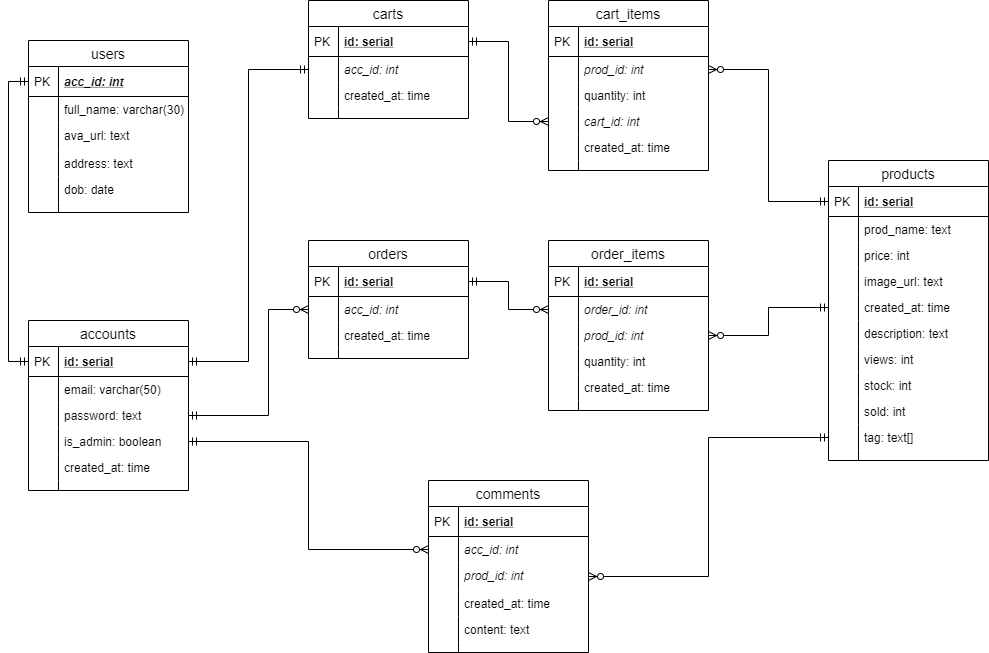
Before: fandom-store.png, a diagram exported from draw.io (thaian229/fandom-store). Source tidied: cells renumbered, new cells last; positions are measured from the earlier drawing's top-left corner, leaving out a move shared by most shapes.
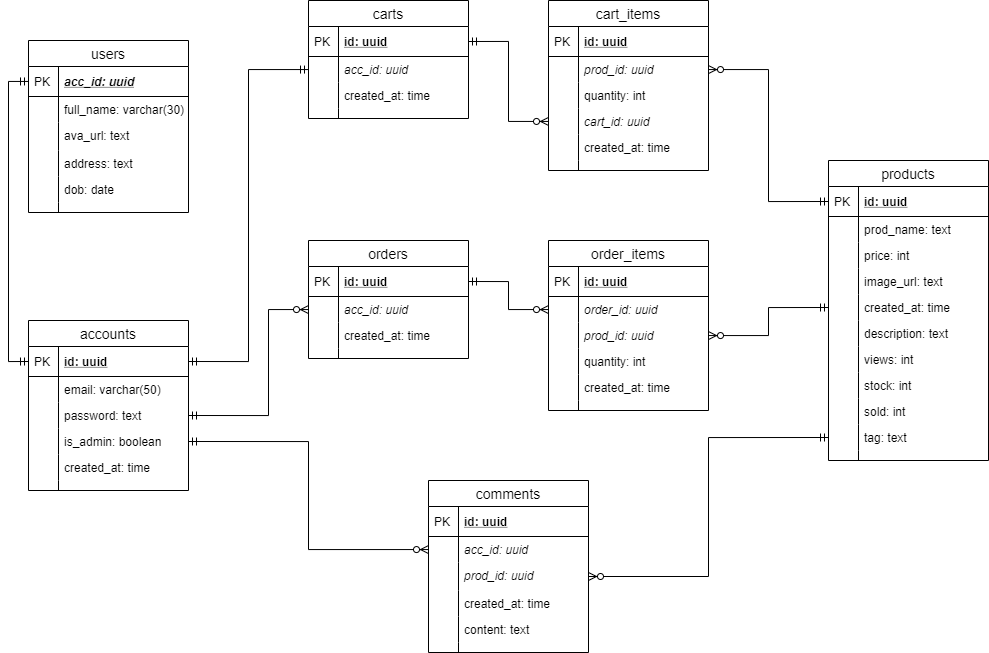
The same diagram one commit later.

Commit message:
Add db script, Update diagram

Change to the diagram source:
```diff
@@ -37,7 +37,7 @@
     <mxCell id="11" value="users" style="swimlane;fontStyle=0;horizontal=1;startSize=26;align=center;fontSize=14;" parent="1" vertex="1">
       <mxGeometry y="40" width="160" height="172" as="geometry" />
     </mxCell>
-    <mxCell id="12" value="acc_id: int" style="shape=partialRectangle;top=0;left=0;right=0;bottom=1;align=left;verticalAlign=middle;fillColor=none;spacingLeft=34;spacingRight=4;overflow=hidden;points=[[0,0.5],[1,0.5]];portConstraint=eastwest;fontStyle=7;fontSize=12;" parent="11" vertex="1">
+    <mxCell id="12" value="acc_id: uuid" style="shape=partialRectangle;top=0;left=0;right=0;bottom=1;align=left;verticalAlign=middle;fillColor=none;spacingLeft=34;spacingRight=4;overflow=hidden;points=[[0,0.5],[1,0.5]];portConstraint=eastwest;fontStyle=7;fontSize=12;" parent="11" vertex="1">
       <mxGeometry y="26" width="160" height="30" as="geometry" />
     </mxCell>
     <mxCell id="13" value="PK" style="shape=partialRectangle;top=0;left=0;bottom=0;fillColor=none;align=left;verticalAlign=middle;spacingLeft=4;spacingRight=4;overflow=hidden;fontSize=12;" parent="12" vertex="1">
@@ -76,13 +76,13 @@
     <mxCell id="24" value="orders" style="swimlane;fontStyle=0;horizontal=1;startSize=26;align=center;fontSize=14;" parent="1" vertex="1">
       <mxGeometry x="280" y="240" width="160" height="118" as="geometry" />
     </mxCell>
-    <mxCell id="25" value="id: serial" style="shape=partialRectangle;top=0;left=0;right=0;bottom=1;align=left;verticalAlign=middle;fillColor=none;spacingLeft=34;spacingRight=4;overflow=hidden;points=[[0,0.5],[1,0.5]];portConstraint=eastwest;fontStyle=5;fontSize=12;" parent="24" vertex="1">
+    <mxCell id="25" value="id: uuid" style="shape=partialRectangle;top=0;left=0;right=0;bottom=1;align=left;verticalAlign=middle;fillColor=none;spacingLeft=34;spacingRight=4;overflow=hidden;points=[[0,0.5],[1,0.5]];portConstraint=eastwest;fontStyle=5;fontSize=12;" parent="24" vertex="1">
       <mxGeometry y="26" width="160" height="30" as="geometry" />
     </mxCell>
     <mxCell id="26" value="PK" style="shape=partialRectangle;top=0;left=0;bottom=0;fillColor=none;align=left;verticalAlign=middle;spacingLeft=4;spacingRight=4;overflow=hidden;fontSize=12;" parent="25" vertex="1">
       <mxGeometry width="30" height="30" as="geometry" />
     </mxCell>
-    <mxCell id="27" value="acc_id: int" style="shape=partialRectangle;top=0;left=0;right=0;bottom=0;align=left;verticalAlign=top;fillColor=none;spacingLeft=34;spacingRight=4;overflow=hidden;points=[[0,0.5],[1,0.5]];portConstraint=eastwest;fontSize=12;fontStyle=2;" parent="24" vertex="1">
+    <mxCell id="27" value="acc_id: uuid" style="shape=partialRectangle;top=0;left=0;right=0;bottom=0;align=left;verticalAlign=top;fillColor=none;spacingLeft=34;spacingRight=4;overflow=hidden;points=[[0,0.5],[1,0.5]];portConstraint=eastwest;fontSize=12;fontStyle=2;" parent="24" vertex="1">
       <mxGeometry y="56" width="160" height="26" as="geometry" />
     </mxCell>
     <mxCell id="28" style="shape=partialRectangle;top=0;left=0;bottom=0;fillColor=none;align=left;verticalAlign=top;spacingLeft=4;spacingRight=4;overflow=hidden;fontSize=12;" parent="27" vertex="1">
@@ -103,13 +103,13 @@
     <mxCell id="33" value="carts" style="swimlane;fontStyle=0;horizontal=1;startSize=26;align=center;fontSize=14;" parent="1" vertex="1">
       <mxGeometry x="280" width="160" height="118" as="geometry" />
     </mxCell>
-    <mxCell id="34" value="id: serial" style="shape=partialRectangle;top=0;left=0;right=0;bottom=1;align=left;verticalAlign=middle;fillColor=none;spacingLeft=34;spacingRight=4;overflow=hidden;points=[[0,0.5],[1,0.5]];portConstraint=eastwest;fontStyle=5;fontSize=12;" parent="33" vertex="1">
+    <mxCell id="34" value="id: uuid" style="shape=partialRectangle;top=0;left=0;right=0;bottom=1;align=left;verticalAlign=middle;fillColor=none;spacingLeft=34;spacingRight=4;overflow=hidden;points=[[0,0.5],[1,0.5]];portConstraint=eastwest;fontStyle=5;fontSize=12;" parent="33" vertex="1">
       <mxGeometry y="26" width="160" height="30" as="geometry" />
     </mxCell>
     <mxCell id="35" value="PK" style="shape=partialRectangle;top=0;left=0;bottom=0;fillColor=none;align=left;verticalAlign=middle;spacingLeft=4;spacingRight=4;overflow=hidden;fontSize=12;" parent="34" vertex="1">
       <mxGeometry width="30" height="30" as="geometry" />
     </mxCell>
-    <mxCell id="36" value="acc_id: int" style="shape=partialRectangle;top=0;left=0;right=0;bottom=0;align=left;verticalAlign=top;fillColor=none;spacingLeft=34;spacingRight=4;overflow=hidden;points=[[0,0.5],[1,0.5]];portConstraint=eastwest;fontSize=12;fontStyle=2;" parent="33" vertex="1">
+    <mxCell id="36" value="acc_id: uuid" style="shape=partialRectangle;top=0;left=0;right=0;bottom=0;align=left;verticalAlign=top;fillColor=none;spacingLeft=34;spacingRight=4;overflow=hidden;points=[[0,0.5],[1,0.5]];portConstraint=eastwest;fontSize=12;fontStyle=2;" parent="33" vertex="1">
       <mxGeometry y="56" width="160" height="26" as="geometry" />
     </mxCell>
     <mxCell id="37" style="shape=partialRectangle;top=0;left=0;bottom=0;fillColor=none;align=left;verticalAlign=top;spacingLeft=4;spacingRight=4;overflow=hidden;fontSize=12;" parent="36" vertex="1">
@@ -130,7 +130,7 @@
     <mxCell id="42" value="accounts" style="swimlane;fontStyle=0;horizontal=1;startSize=26;align=center;fontSize=14;" parent="1" vertex="1">
       <mxGeometry y="320" width="160" height="170" as="geometry" />
     </mxCell>
-    <mxCell id="43" value="id: serial" style="shape=partialRectangle;top=0;left=0;right=0;bottom=1;align=left;verticalAlign=middle;fillColor=none;spacingLeft=34;spacingRight=4;overflow=hidden;points=[[0,0.5],[1,0.5]];portConstraint=eastwest;fontStyle=5;fontSize=12;" parent="42" vertex="1">
+    <mxCell id="43" value="id: uuid" style="shape=partialRectangle;top=0;left=0;right=0;bottom=1;align=left;verticalAlign=middle;fillColor=none;spacingLeft=34;spacingRight=4;overflow=hidden;points=[[0,0.5],[1,0.5]];portConstraint=eastwest;fontStyle=5;fontSize=12;" parent="42" vertex="1">
       <mxGeometry y="26" width="160" height="30" as="geometry" />
     </mxCell>
     <mxCell id="44" value="PK" style="shape=partialRectangle;top=0;left=0;bottom=0;fillColor=none;align=left;verticalAlign=middle;spacingLeft=4;spacingRight=4;overflow=hidden;fontSize=12;" parent="43" vertex="1">
@@ -169,13 +169,13 @@
     <mxCell id="55" value="cart_items" style="swimlane;fontStyle=0;horizontal=1;startSize=26;align=center;fontSize=14;" parent="1" vertex="1">
       <mxGeometry x="520" width="160" height="170" as="geometry" />
     </mxCell>
-    <mxCell id="56" value="id: serial" style="shape=partialRectangle;top=0;left=0;right=0;bottom=1;align=left;verticalAlign=middle;fillColor=none;spacingLeft=34;spacingRight=4;overflow=hidden;fontStyle=5;fontSize=12;" parent="55" vertex="1">
+    <mxCell id="56" value="id: uuid" style="shape=partialRectangle;top=0;left=0;right=0;bottom=1;align=left;verticalAlign=middle;fillColor=none;spacingLeft=34;spacingRight=4;overflow=hidden;fontStyle=5;fontSize=12;" parent="55" vertex="1">
       <mxGeometry y="26" width="160" height="30" as="geometry" />
     </mxCell>
     <mxCell id="57" value="PK" style="shape=partialRectangle;top=0;left=0;bottom=0;fillColor=none;align=left;verticalAlign=middle;spacingLeft=4;spacingRight=4;overflow=hidden;fontSize=12;" parent="56" vertex="1">
       <mxGeometry width="30" height="30" as="geometry" />
     </mxCell>
-    <mxCell id="58" value="prod_id: int" style="shape=partialRectangle;top=0;left=0;right=0;bottom=0;align=left;verticalAlign=top;fillColor=none;spacingLeft=34;spacingRight=4;overflow=hidden;points=[[0,0.5],[1,0.5]];portConstraint=eastwest;fontSize=12;fontStyle=2;" parent="55" vertex="1">
+    <mxCell id="58" value="prod_id: uuid" style="shape=partialRectangle;top=0;left=0;right=0;bottom=0;align=left;verticalAlign=top;fillColor=none;spacingLeft=34;spacingRight=4;overflow=hidden;points=[[0,0.5],[1,0.5]];portConstraint=eastwest;fontSize=12;fontStyle=2;" parent="55" vertex="1">
       <mxGeometry y="56" width="160" height="26" as="geometry" />
     </mxCell>
     <mxCell id="59" style="shape=partialRectangle;top=0;left=0;bottom=0;fillColor=none;align=left;verticalAlign=top;spacingLeft=4;spacingRight=4;overflow=hidden;fontSize=12;" parent="58" vertex="1">
@@ -187,7 +187,7 @@
     <mxCell id="61" style="shape=partialRectangle;top=0;left=0;bottom=0;fillColor=none;align=left;verticalAlign=top;spacingLeft=4;spacingRight=4;overflow=hidden;fontSize=12;" parent="60" vertex="1">
       <mxGeometry width="30" height="26" as="geometry" />
     </mxCell>
-    <mxCell id="62" value="cart_id: int" style="shape=partialRectangle;top=0;left=0;right=0;bottom=0;align=left;verticalAlign=top;fillColor=none;spacingLeft=34;spacingRight=4;overflow=hidden;points=[[0,0.5],[1,0.5]];portConstraint=eastwest;fontSize=12;fontStyle=2;" parent="55" vertex="1">
+    <mxCell id="62" value="cart_id: uuid" style="shape=partialRectangle;top=0;left=0;right=0;bottom=0;align=left;verticalAlign=top;fillColor=none;spacingLeft=34;spacingRight=4;overflow=hidden;points=[[0,0.5],[1,0.5]];portConstraint=eastwest;fontSize=12;fontStyle=2;" parent="55" vertex="1">
       <mxGeometry y="108" width="160" height="26" as="geometry" />
     </mxCell>
     <mxCell id="63" style="shape=partialRectangle;top=0;left=0;bottom=0;fillColor=none;align=left;verticalAlign=top;spacingLeft=4;spacingRight=4;overflow=hidden;fontSize=12;" parent="62" vertex="1">
@@ -208,7 +208,7 @@
     <mxCell id="68" value="products" style="swimlane;fontStyle=0;horizontal=1;startSize=26;align=center;fontSize=14;" parent="1" vertex="1">
       <mxGeometry x="800" y="160" width="160" height="300" as="geometry" />
     </mxCell>
-    <mxCell id="69" value="id: serial" style="shape=partialRectangle;top=0;left=0;right=0;bottom=1;align=left;verticalAlign=middle;fillColor=none;spacingLeft=34;spacingRight=4;overflow=hidden;points=[[0,0.5],[1,0.5]];portConstraint=eastwest;fontStyle=5;fontSize=12;" parent="68" vertex="1">
+    <mxCell id="69" value="id: uuid" style="shape=partialRectangle;top=0;left=0;right=0;bottom=1;align=left;verticalAlign=middle;fillColor=none;spacingLeft=34;spacingRight=4;overflow=hidden;points=[[0,0.5],[1,0.5]];portConstraint=eastwest;fontStyle=5;fontSize=12;" parent="68" vertex="1">
       <mxGeometry y="26" width="160" height="30" as="geometry" />
     </mxCell>
     <mxCell id="70" value="PK" style="shape=partialRectangle;top=0;left=0;bottom=0;fillColor=none;align=left;verticalAlign=middle;spacingLeft=4;spacingRight=4;overflow=hidden;fontSize=12;" parent="69" vertex="1">
@@ -262,7 +262,7 @@
     <mxCell id="86" style="shape=partialRectangle;top=0;left=0;bottom=0;fillColor=none;align=left;verticalAlign=top;spacingLeft=4;spacingRight=4;overflow=hidden;fontSize=12;" parent="85" vertex="1">
       <mxGeometry width="30" height="26" as="geometry" />
     </mxCell>
-    <mxCell id="87" value="tag: text[]" style="shape=partialRectangle;top=0;left=0;right=0;bottom=0;align=left;verticalAlign=top;fillColor=none;spacingLeft=34;spacingRight=4;overflow=hidden;points=[[0,0.5],[1,0.5]];portConstraint=eastwest;fontSize=12;" parent="68" vertex="1">
+    <mxCell id="87" value="tag: text" style="shape=partialRectangle;top=0;left=0;right=0;bottom=0;align=left;verticalAlign=top;fillColor=none;spacingLeft=34;spacingRight=4;overflow=hidden;points=[[0,0.5],[1,0.5]];portConstraint=eastwest;fontSize=12;" parent="68" vertex="1">
       <mxGeometry y="264" width="160" height="26" as="geometry" />
     </mxCell>
     <mxCell id="88" style="shape=partialRectangle;top=0;left=0;bottom=0;fillColor=none;align=left;verticalAlign=top;spacingLeft=4;spacingRight=4;overflow=hidden;fontSize=12;" parent="87" vertex="1">
@@ -277,19 +277,19 @@
     <mxCell id="91" value="order_items" style="swimlane;fontStyle=0;horizontal=1;startSize=26;align=center;fontSize=14;" parent="1" vertex="1">
       <mxGeometry x="520" y="240" width="160" height="170" as="geometry" />
     </mxCell>
-    <mxCell id="92" value="id: serial" style="shape=partialRectangle;top=0;left=0;right=0;bottom=1;align=left;verticalAlign=middle;fillColor=none;spacingLeft=34;spacingRight=4;overflow=hidden;fontStyle=5;fontSize=12;" parent="91" vertex="1">
+    <mxCell id="92" value="id: uuid" style="shape=partialRectangle;top=0;left=0;right=0;bottom=1;align=left;verticalAlign=middle;fillColor=none;spacingLeft=34;spacingRight=4;overflow=hidden;fontStyle=5;fontSize=12;" parent="91" vertex="1">
       <mxGeometry y="26" width="160" height="30" as="geometry" />
     </mxCell>
     <mxCell id="93" value="PK" style="shape=partialRectangle;top=0;left=0;bottom=0;fillColor=none;align=left;verticalAlign=middle;spacingLeft=4;spacingRight=4;overflow=hidden;fontSize=12;" parent="92" vertex="1">
       <mxGeometry width="30" height="30" as="geometry" />
     </mxCell>
-    <mxCell id="94" value="order_id: int" style="shape=partialRectangle;top=0;left=0;right=0;bottom=0;align=left;verticalAlign=top;fillColor=none;spacingLeft=34;spacingRight=4;overflow=hidden;points=[[0,0.5],[1,0.5]];portConstraint=eastwest;fontSize=12;fontStyle=2;" parent="91" vertex="1">
+    <mxCell id="94" value="order_id: uuid" style="shape=partialRectangle;top=0;left=0;right=0;bottom=0;align=left;verticalAlign=top;fillColor=none;spacingLeft=34;spacingRight=4;overflow=hidden;points=[[0,0.5],[1,0.5]];portConstraint=eastwest;fontSize=12;fontStyle=2;" parent="91" vertex="1">
       <mxGeometry y="56" width="160" height="26" as="geometry" />
     </mxCell>
     <mxCell id="95" style="shape=partialRectangle;top=0;left=0;bottom=0;fillColor=none;align=left;verticalAlign=top;spacingLeft=4;spacingRight=4;overflow=hidden;fontSize=12;" parent="94" vertex="1">
       <mxGeometry width="30" height="26" as="geometry" />
     </mxCell>
-    <mxCell id="96" value="prod_id: int" style="shape=partialRectangle;top=0;left=0;right=0;bottom=0;align=left;verticalAlign=top;fillColor=none;spacingLeft=34;spacingRight=4;overflow=hidden;points=[[0,0.5],[1,0.5]];portConstraint=eastwest;fontSize=12;fontStyle=2;" parent="91" vertex="1">
+    <mxCell id="96" value="prod_id: uuid" style="shape=partialRectangle;top=0;left=0;right=0;bottom=0;align=left;verticalAlign=top;fillColor=none;spacingLeft=34;spacingRight=4;overflow=hidden;points=[[0,0.5],[1,0.5]];portConstraint=eastwest;fontSize=12;fontStyle=2;" parent="91" vertex="1">
       <mxGeometry y="82" width="160" height="26" as="geometry" />
     </mxCell>
     <mxCell id="97" style="shape=partialRectangle;top=0;left=0;bottom=0;fillColor=none;align=left;verticalAlign=top;spacingLeft=4;spacingRight=4;overflow=hidden;fontSize=12;" parent="96" vertex="1">
@@ -316,19 +316,19 @@
     <mxCell id="104" value="comments" style="swimlane;fontStyle=0;horizontal=1;startSize=26;align=center;fontSize=14;" parent="1" vertex="1">
       <mxGeometry x="400" y="480" width="160" height="172" as="geometry" />
     </mxCell>
-    <mxCell id="105" value="id: serial" style="shape=partialRectangle;top=0;left=0;right=0;bottom=1;align=left;verticalAlign=middle;fillColor=none;spacingLeft=34;spacingRight=4;overflow=hidden;fontStyle=5;fontSize=12;" parent="104" vertex="1">
+    <mxCell id="105" value="id: uuid" style="shape=partialRectangle;top=0;left=0;right=0;bottom=1;align=left;verticalAlign=middle;fillColor=none;spacingLeft=34;spacingRight=4;overflow=hidden;fontStyle=5;fontSize=12;" parent="104" vertex="1">
       <mxGeometry y="26" width="160" height="30" as="geometry" />
     </mxCell>
     <mxCell id="106" value="PK" style="shape=partialRectangle;top=0;left=0;bottom=0;fillColor=none;align=left;verticalAlign=middle;spacingLeft=4;spacingRight=4;overflow=hidden;fontSize=12;" parent="105" vertex="1">
       <mxGeometry width="30" height="30" as="geometry" />
     </mxCell>
-    <mxCell id="107" value="acc_id: int" style="shape=partialRectangle;top=0;left=0;right=0;bottom=0;align=left;verticalAlign=top;fillColor=none;spacingLeft=34;spacingRight=4;overflow=hidden;points=[[0,0.5],[1,0.5]];portConstraint=eastwest;fontSize=12;fontStyle=2;" parent="104" vertex="1">
+    <mxCell id="107" value="acc_id: uuid" style="shape=partialRectangle;top=0;left=0;right=0;bottom=0;align=left;verticalAlign=top;fillColor=none;spacingLeft=34;spacingRight=4;overflow=hidden;points=[[0,0.5],[1,0.5]];portConstraint=eastwest;fontSize=12;fontStyle=2;" parent="104" vertex="1">
       <mxGeometry y="56" width="160" height="26" as="geometry" />
     </mxCell>
     <mxCell id="108" style="shape=partialRectangle;top=0;left=0;bottom=0;fillColor=none;align=left;verticalAlign=top;spacingLeft=4;spacingRight=4;overflow=hidden;fontSize=12;" parent="107" vertex="1">
       <mxGeometry width="30" height="26" as="geometry" />
     </mxCell>
-    <mxCell id="109" value="prod_id: int" style="shape=partialRectangle;top=0;left=0;right=0;bottom=0;align=left;verticalAlign=top;fillColor=none;spacingLeft=34;spacingRight=4;overflow=hidden;points=[[0,0.5],[1,0.5]];portConstraint=eastwest;fontSize=12;fontStyle=2;" parent="104" vertex="1">
+    <mxCell id="109" value="prod_id: uuid" style="shape=partialRectangle;top=0;left=0;right=0;bottom=0;align=left;verticalAlign=top;fillColor=none;spacingLeft=34;spacingRight=4;overflow=hidden;points=[[0,0.5],[1,0.5]];portConstraint=eastwest;fontSize=12;fontStyle=2;" parent="104" vertex="1">
       <mxGeometry y="82" width="160" height="28" as="geometry" />
     </mxCell>
     <mxCell id="110" style="shape=partialRectangle;top=0;left=0;bottom=0;fillColor=none;align=left;verticalAlign=top;spacingLeft=4;spacingRight=4;overflow=hidden;fontSize=12;" parent="109" vertex="1">
```
